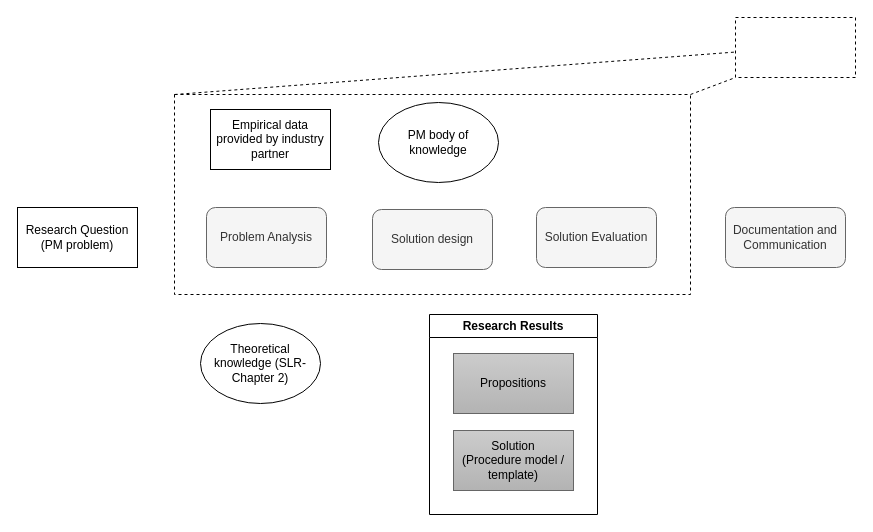
datou7119/Figures keeps this draw.io diagram as framework for development ....drawio. Above is the earlier version. Source tidied: cells renumbered, new cells numbered last; positions are measured from the earlier drawing's top-left corner, leaving out a move shared by most shapes. Both pictures are drawn from the tidied source at 100%, with x=0, y=0 at pixel (17, 17).
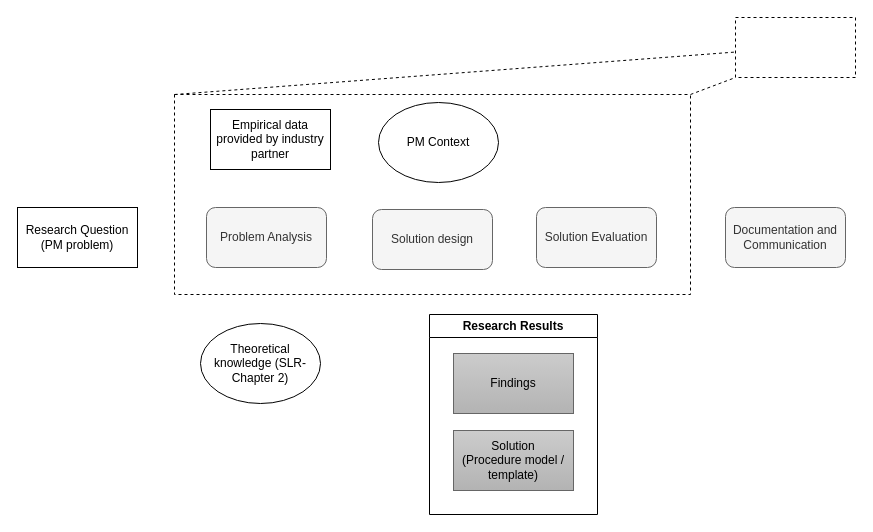
After the change.

Change to the diagram source:
```diff
@@
 <mxGraphModel>
   <root>
     <mxCell id="0" />
     <mxCell id="1" parent="0" />
     <mxCell id="2" value="Research Question (PM problem)" style="rounded=0;whiteSpace=wrap;html=1;" parent="1" vertex="1">
       <mxGeometry y="190" width="120" height="60" as="geometry" />
     </mxCell>
     <mxCell id="3" value="Empirical data provided by industry partner" style="rounded=0;whiteSpace=wrap;html=1;" parent="1" vertex="1">
       <mxGeometry x="193" y="92" width="120" height="60" as="geometry" />
     </mxCell>
     <mxCell id="4" value="Problem Analysis" style="rounded=1;whiteSpace=wrap;html=1;fillColor=#f5f5f5;fontColor=#333333;strokeColor=#666666;" parent="1" vertex="1">
       <mxGeometry x="189" y="190" width="120" height="60" as="geometry" />
     </mxCell>
     <mxCell id="5" value="Solution Evaluation" style="rounded=1;whiteSpace=wrap;html=1;fillColor=#f5f5f5;fontColor=#333333;strokeColor=#666666;" parent="1" vertex="1">
       <mxGeometry x="519" y="190" width="120" height="60" as="geometry" />
     </mxCell>
     <mxCell id="6" value="Documentation and Communication" style="rounded=1;whiteSpace=wrap;html=1;fillColor=#f5f5f5;fontColor=#333333;strokeColor=#666666;" parent="1" vertex="1">
       <mxGeometry x="708" y="190" width="120" height="60" as="geometry" />
     </mxCell>
     <mxCell id="7" style="swimlane;startSize=0;dashed=1;" parent="1" vertex="1">
       <mxGeometry x="157" y="77" width="516" height="200" as="geometry" />
     </mxCell>
     <mxCell id="8" value="Solution design" style="rounded=1;whiteSpace=wrap;html=1;fillColor=#f5f5f5;fontColor=#333333;strokeColor=#666666;" parent="7" vertex="1">
       <mxGeometry x="198" y="115" width="120" height="60" as="geometry" />
     </mxCell>
-    <mxCell id="9" value="PM body of knowledge" style="ellipse;whiteSpace=wrap;html=1;" parent="7" vertex="1">
+    <mxCell id="9" value="PM Context" style="ellipse;whiteSpace=wrap;html=1;" parent="7" vertex="1">
       <mxGeometry x="204" y="8" width="120" height="80" as="geometry" />
     </mxCell>
     <mxCell id="10" value="Theoretical knowledge (SLR-Chapter 2)" style="ellipse;whiteSpace=wrap;html=1;" parent="1" vertex="1">
       <mxGeometry x="183" y="306" width="120" height="80" as="geometry" />
     </mxCell>
-    <mxCell id="11" value="Propositions" style="rounded=0;whiteSpace=wrap;html=1;fillColor=#CCCCCC;gradientColor=#b3b3b3;strokeColor=#666666;" parent="1" vertex="1">
+    <mxCell id="11" value="Findings" style="rounded=0;whiteSpace=wrap;html=1;fillColor=#CCCCCC;gradientColor=#b3b3b3;strokeColor=#666666;" parent="1" vertex="1">
       <mxGeometry x="436" y="336" width="120" height="60" as="geometry" />
     </mxCell>
     <mxCell id="12" value="Solution&lt;br&gt;(Procedure model / template)" style="rounded=0;whiteSpace=wrap;html=1;fillColor=#CCCCCC;gradientColor=#b3b3b3;strokeColor=#666666;" parent="1" vertex="1">
       <mxGeometry x="436" y="413" width="120" height="60" as="geometry" />
     </mxCell>
     <mxCell id="13" value="Research Results" style="swimlane;whiteSpace=wrap;html=1;" parent="1" vertex="1">
       <mxGeometry x="412" y="297" width="168" height="200" as="geometry" />
     </mxCell>
     <mxCell id="14" style="endArrow=none;html=1;rounded=0;fontSize=12;startSize=8;endSize=8;dashed=1;" parent="1" edge="1" target="16">
       <mxGeometry relative="1" as="geometry">
         <mxPoint x="157" y="77" as="sourcePoint" />
       </mxGeometry>
     </mxCell>
     <mxCell id="15" style="endArrow=none;html=1;rounded=0;fontSize=12;startSize=8;endSize=8;dashed=1;" parent="1" edge="1">
       <mxGeometry relative="1" as="geometry">
         <mxPoint x="673" y="77" as="sourcePoint" />
         <mxPoint x="718" y="60" as="targetPoint" />
       </mxGeometry>
     </mxCell>
     <mxCell id="16" style="rounded=0;whiteSpace=wrap;html=1;dashed=1;" parent="1" vertex="1">
       <mxGeometry x="718" width="120" height="60" as="geometry" />
     </mxCell>
   </root>
 </mxGraphModel>
```
